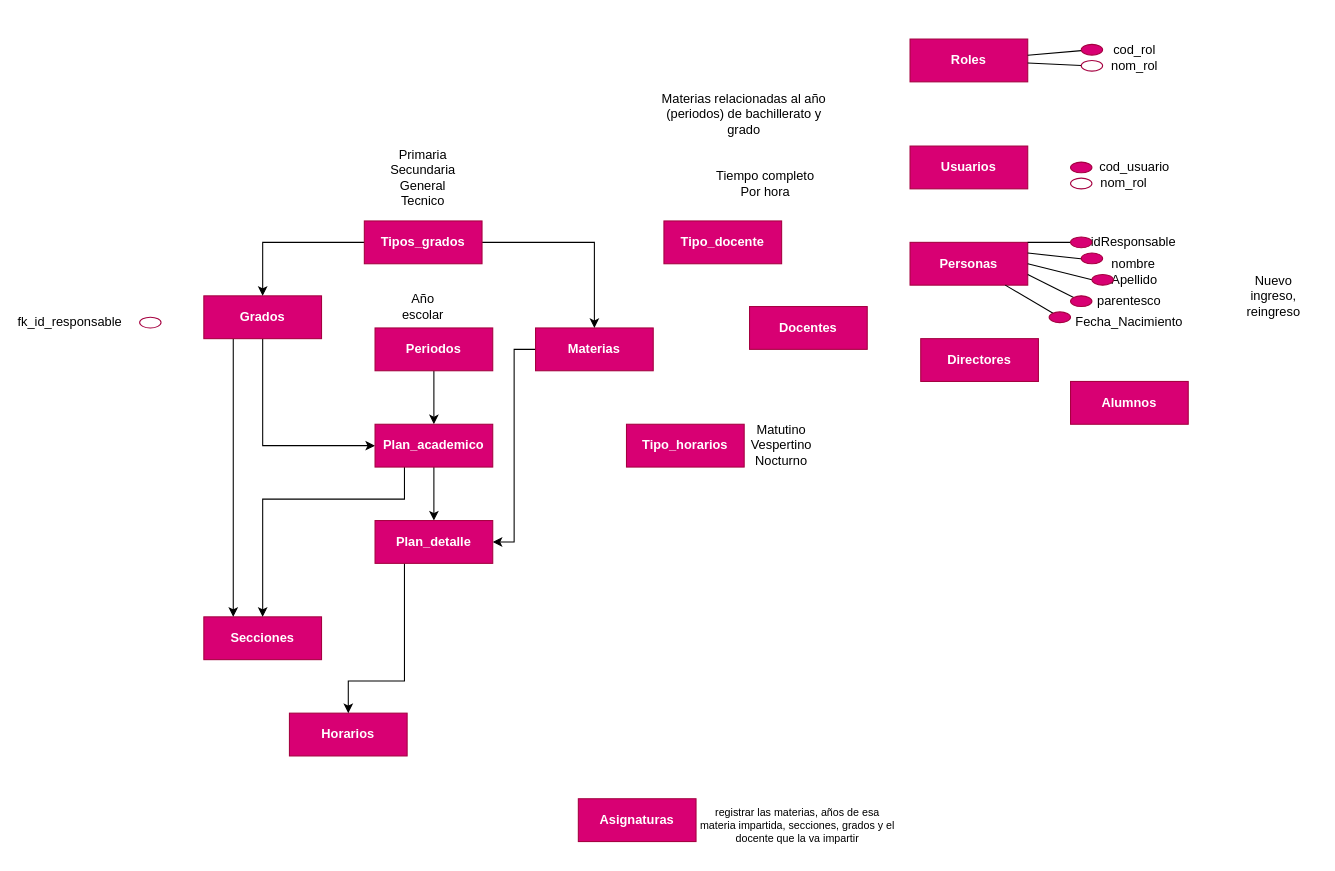
Before: dsiw2_diagrama_notas.drawio in w-vasquez/dsiw2, a draw.io diagram. Source tidied: cells renumbered, new cells numbered last; positions are measured from the earlier drawing's top-left corner, leaving out a move shared by most shapes. Both pictures are drawn from the tidied source at 107%, with x=0, y=0 at pixel (21, 39).
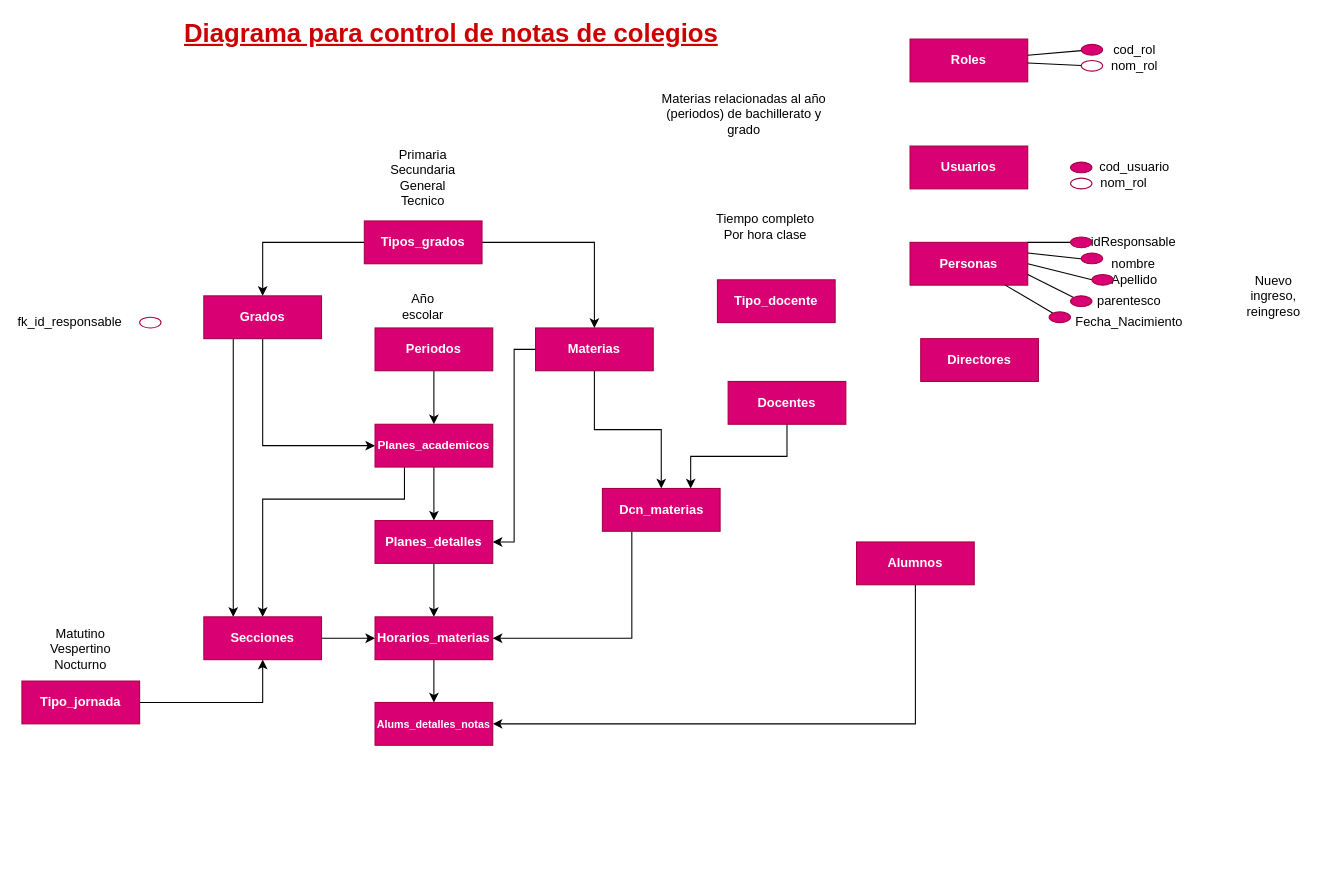
The same diagram, later.

Unchanged cells that the change refers to:
```xml
<mxCell id="20" value="Materias" style="rounded=0;whiteSpace=wrap;html=1;fillColor=#d80073;strokeColor=#A50040;fontColor=#ffffff;fontStyle=1;" parent="1" vertex="1">
  <mxGeometry x="480" y="270" width="110" height="40" as="geometry" />
</mxCell>
<mxCell id="25" value="Secciones" style="rounded=0;whiteSpace=wrap;html=1;fillColor=#d80073;strokeColor=#A50040;fontColor=#ffffff;fontStyle=1;" parent="1" vertex="1">
  <mxGeometry x="170" y="540" width="110" height="40" as="geometry" />
</mxCell>
```

The edit, as a diff of the source:
```diff
@@
+    <mxCell id="63" style="edgeStyle=orthogonalEdgeStyle;rounded=0;jettySize=auto;html=1;exitX=0.5;exitY=1;exitDx=0;exitDy=0;entryX=0.75;entryY=0;entryDx=0;entryDy=0;" parent="1" edge="1" source="10" target="70">
+      <mxGeometry relative="1" as="geometry" />
+    </mxCell>
     <mxCell id="10" value="Docentes" style="rounded=0;whiteSpace=wrap;html=1;fillColor=#d80073;strokeColor=#A50040;fontColor=#ffffff;fontStyle=1;" parent="1" vertex="1">
-      <mxGeometry x="680" y="250" width="110" height="40" as="geometry" />
+      <mxGeometry x="660" y="320" width="110" height="40" as="geometry" />
     </mxCell>
+    <mxCell id="64" style="edgeStyle=orthogonalEdgeStyle;rounded=0;jettySize=auto;html=1;entryX=1;entryY=0.5;entryDx=0;entryDy=0;fontSize=11;fontColor=#CC0000;exitX=0.5;exitY=1;exitDx=0;exitDy=0;" parent="1" edge="1" source="11" target="72">
+      <mxGeometry relative="1" as="geometry" />
+    </mxCell>
     <mxCell id="11" value="Alumnos" style="rounded=0;whiteSpace=wrap;html=1;fillColor=#d80073;strokeColor=#A50040;fontColor=#ffffff;fontStyle=1;" parent="1" vertex="1">
-      <mxGeometry x="980" y="320" width="110" height="40" as="geometry" />
+      <mxGeometry x="780" y="470" width="110" height="40" as="geometry" />
     </mxCell>
@@
+    <mxCell id="65" style="edgeStyle=orthogonalEdgeStyle;rounded=0;jettySize=auto;html=1;exitX=0.5;exitY=1;exitDx=0;exitDy=0;entryX=0.5;entryY=0;entryDx=0;entryDy=0;" parent="1" edge="1" source="20" target="70">
+      <mxGeometry relative="1" as="geometry" />
+    </mxCell>
@@
+    <mxCell id="66" style="edgeStyle=orthogonalEdgeStyle;rounded=0;jettySize=auto;html=1;exitX=1;exitY=0.5;exitDx=0;exitDy=0;entryX=0;entryY=0.5;entryDx=0;entryDy=0;" parent="1" edge="1" source="25" target="35">
+      <mxGeometry relative="1" as="geometry" />
+    </mxCell>
@@
-    <mxCell id="29" value="Asignaturas" style="rounded=0;whiteSpace=wrap;html=1;fillColor=#d80073;strokeColor=#A50040;fontColor=#ffffff;fontStyle=1;fontSize=12;" parent="1" vertex="1">
-      <mxGeometry x="520" y="710" width="110" height="40" as="geometry" />
-    </mxCell>
@@
-    <mxCell id="34" value="registrar las materias, años de esa materia impartida, secciones, grados&amp;nbsp;y el docente que la va impartir" style="text;html=1;strokeColor=none;fillColor=none;align=center;verticalAlign=middle;whiteSpace=wrap;rounded=0;fontSize=10;" parent="1" vertex="1">
-      <mxGeometry x="630" y="710" width="190" height="50" as="geometry" />
-    </mxCell>
+    <mxCell id="67" style="edgeStyle=orthogonalEdgeStyle;rounded=0;jettySize=auto;html=1;exitX=0.5;exitY=1;exitDx=0;exitDy=0;fontSize=11;fontColor=#CC0000;" parent="1" edge="1" source="35" target="72">
+      <mxGeometry relative="1" as="geometry" />
+    </mxCell>
-    <mxCell id="35" value="Horarios" style="rounded=0;whiteSpace=wrap;html=1;fillColor=#d80073;strokeColor=#A50040;fontColor=#ffffff;fontStyle=1;" parent="1" vertex="1">
-      <mxGeometry x="250" y="630" width="110" height="40" as="geometry" />
+    <mxCell id="35" value="Horarios_materias" style="rounded=0;whiteSpace=wrap;html=1;fillColor=#d80073;strokeColor=#A50040;fontColor=#ffffff;fontStyle=1;" parent="1" vertex="1">
+      <mxGeometry x="330" y="540" width="110" height="40" as="geometry" />
     </mxCell>
+    <mxCell id="68" style="edgeStyle=orthogonalEdgeStyle;rounded=0;jettySize=auto;html=1;" parent="1" edge="1" source="36" target="25">
+      <mxGeometry relative="1" as="geometry" />
+    </mxCell>
-    <mxCell id="36" value="Tipo_horarios" style="rounded=0;whiteSpace=wrap;html=1;fillColor=#d80073;strokeColor=#A50040;fontColor=#ffffff;fontStyle=1;" parent="1" vertex="1">
-      <mxGeometry x="565" y="360" width="110" height="40" as="geometry" />
+    <mxCell id="36" value="Tipo_jornada" style="rounded=0;whiteSpace=wrap;html=1;fillColor=#d80073;strokeColor=#A50040;fontColor=#ffffff;fontStyle=1;" parent="1" vertex="1">
+      <mxGeometry y="600" width="110" height="40" as="geometry" />
     </mxCell>
     <mxCell id="37" value="Matutino&lt;br&gt;Vespertino&lt;br&gt;Nocturno" style="text;html=1;strokeColor=none;fillColor=none;align=center;verticalAlign=middle;whiteSpace=wrap;rounded=0;" parent="1" vertex="1">
-      <mxGeometry x="690" y="370" width="40" height="20" as="geometry" />
+      <mxGeometry x="35" y="560" width="40" height="20" as="geometry" />
     </mxCell>
     <mxCell id="38" value="Tipo_docente" style="rounded=0;whiteSpace=wrap;html=1;fillColor=#d80073;strokeColor=#A50040;fontColor=#ffffff;fontStyle=1;" parent="1" vertex="1">
-      <mxGeometry x="600" y="170" width="110" height="40" as="geometry" />
+      <mxGeometry x="650" y="225" width="110" height="40" as="geometry" />
     </mxCell>
-    <mxCell id="39" value="Tiempo completo&lt;br&gt;Por hora" style="text;html=1;strokeColor=none;fillColor=none;align=center;verticalAlign=middle;whiteSpace=wrap;rounded=0;fontSize=12;" parent="1" vertex="1">
-      <mxGeometry x="620" y="125" width="150" height="20" as="geometry" />
+    <mxCell id="39" value="Tiempo completo&lt;br&gt;Por hora clase" style="text;html=1;strokeColor=none;fillColor=none;align=center;verticalAlign=middle;whiteSpace=wrap;rounded=0;fontSize=12;" parent="1" vertex="1">
+      <mxGeometry x="620" y="160" width="150" height="30" as="geometry" />
     </mxCell>
@@
-    <mxCell id="43" value="Plan_academico" style="rounded=0;whiteSpace=wrap;html=1;fillColor=#d80073;strokeColor=#A50040;fontColor=#ffffff;fontStyle=1;" parent="1" vertex="1">
+    <mxCell id="43" value="Planes_academicos" style="rounded=0;whiteSpace=wrap;html=1;fillColor=#d80073;strokeColor=#A50040;fontColor=#ffffff;fontStyle=1;fontSize=11;" parent="1" vertex="1">
       <mxGeometry x="330" y="360" width="110" height="40" as="geometry" />
     </mxCell>
-    <mxCell id="44" style="edgeStyle=orthogonalEdgeStyle;rounded=0;jettySize=auto;html=1;exitX=0.25;exitY=1;exitDx=0;exitDy=0;entryX=0.5;entryY=0;entryDx=0;entryDy=0;" parent="1" edge="1" source="45" target="35">
-      <mxGeometry relative="1" as="geometry">
-        <Array as="points">
-          <mxPoint x="358" y="600" />
-          <mxPoint x="305" y="600" />
-        </Array>
-      </mxGeometry>
+    <mxCell id="44" style="edgeStyle=orthogonalEdgeStyle;rounded=0;jettySize=auto;html=1;exitX=0.5;exitY=1;exitDx=0;exitDy=0;entryX=0.5;entryY=0;entryDx=0;entryDy=0;" parent="1" edge="1" source="45" target="35">
+      <mxGeometry relative="1" as="geometry" />
     </mxCell>
-    <mxCell id="45" value="Plan_detalle" style="rounded=0;whiteSpace=wrap;html=1;fillColor=#d80073;strokeColor=#A50040;fontColor=#ffffff;fontStyle=1;" parent="1" vertex="1">
+    <mxCell id="45" value="Planes_detalles" style="rounded=0;whiteSpace=wrap;html=1;fillColor=#d80073;strokeColor=#A50040;fontColor=#ffffff;fontStyle=1;" parent="1" vertex="1">
       <mxGeometry x="330" y="450" width="110" height="40" as="geometry" />
     </mxCell>
@@
+    <mxCell id="69" style="edgeStyle=orthogonalEdgeStyle;rounded=0;jettySize=auto;html=1;exitX=0.25;exitY=1;exitDx=0;exitDy=0;entryX=1;entryY=0.5;entryDx=0;entryDy=0;" parent="1" edge="1" source="70" target="35">
+      <mxGeometry relative="1" as="geometry" />
+    </mxCell>
@@
+    <mxCell id="70" value="Dcn_materias" style="rounded=0;whiteSpace=wrap;html=1;fillColor=#d80073;strokeColor=#A50040;fontColor=#ffffff;fontStyle=1;" parent="1" vertex="1">
+      <mxGeometry x="542.5" y="420" width="110" height="40" as="geometry" />
+    </mxCell>
@@
+    <mxCell id="71" value="Diagrama para control de notas de colegios" style="text;html=1;align=left;verticalAlign=middle;whiteSpace=wrap;rounded=0;fontStyle=5;fontSize=24;labelBorderColor=none;labelBackgroundColor=none;fontColor=#CC0000;" parent="1" vertex="1">
+      <mxGeometry x="150" y="-15" width="570" height="20" as="geometry" />
+    </mxCell>
@@
+    <mxCell id="72" value="Alums_detalles_notas" style="rounded=0;whiteSpace=wrap;html=1;fillColor=#d80073;strokeColor=#A50040;fontColor=#ffffff;fontStyle=1;labelPosition=center;verticalLabelPosition=middle;align=center;verticalAlign=middle;fontSize=10;" parent="1" vertex="1">
+      <mxGeometry x="330" y="620" width="110" height="40" as="geometry" />
+    </mxCell>
```
